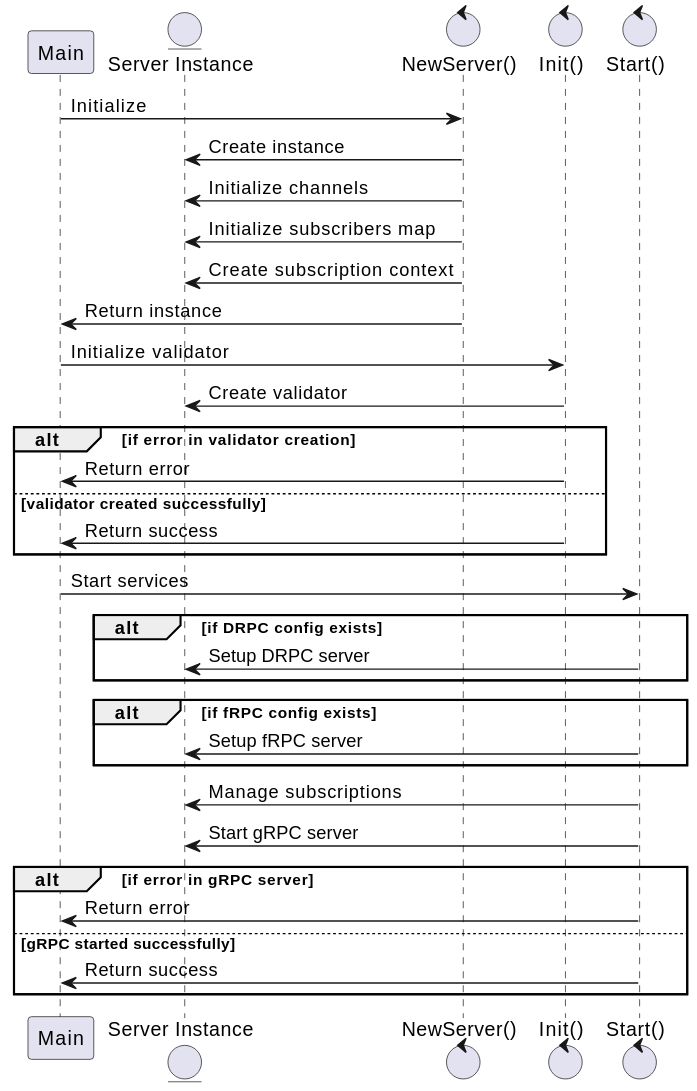
Above: docs/services/img/plantuml/validator/tx_validator_init.svg in freemans13/teranode (PlantUML), before the change. Its source is kept beside it as docs/services/img/plantuml/validator/tx_validator_init.puml.
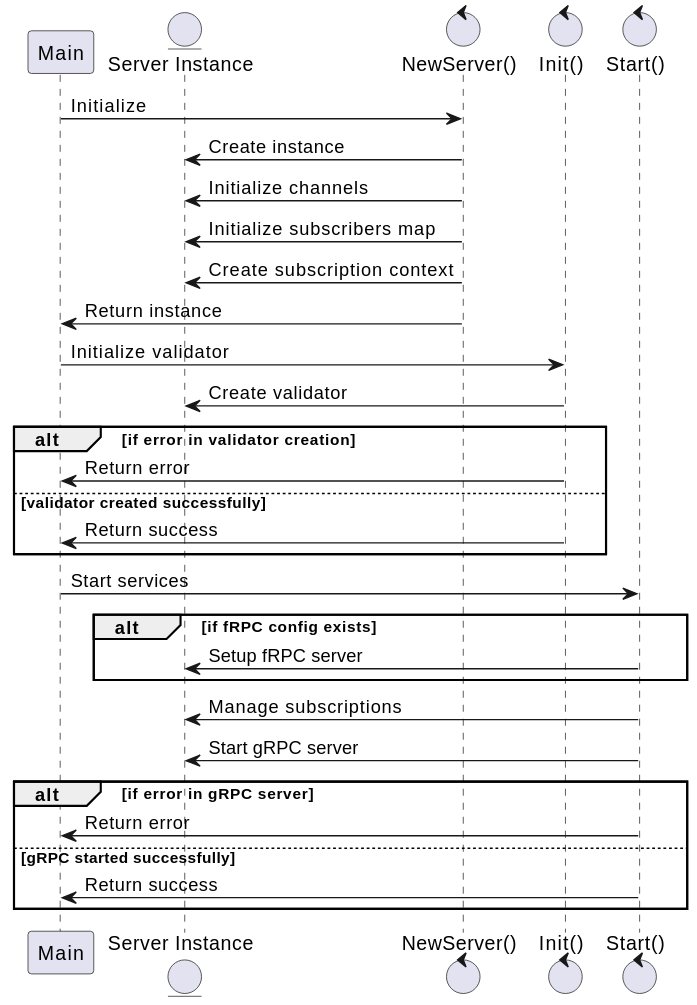
The same file after the commit.

Diff of the diagram source:
```diff
@@ -21,9 +21,7 @@
 end
 
 Main -> Start: Start services
-alt if DRPC config exists
-    Start -> Server: Setup DRPC server
-end
+
 alt if fRPC config exists
     Start -> Server: Setup fRPC server
 end
```
